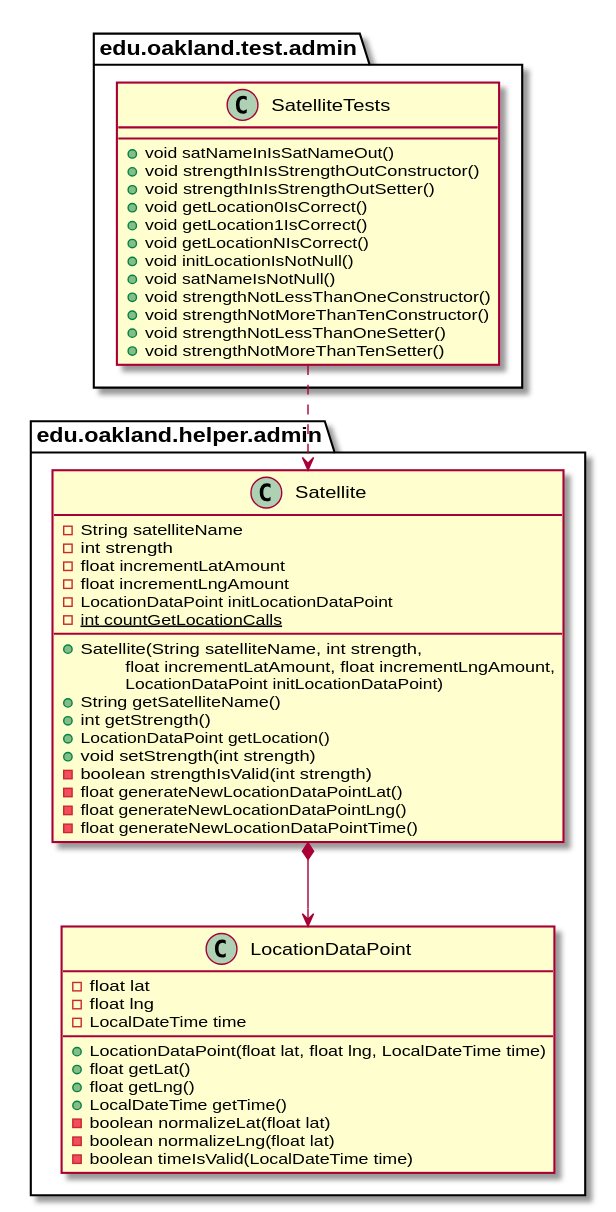
Earlier version of the PlantUML export docs/uml-class-diagrams/admin/test/SatelliteTests/SatelliteTests_Closure.svg (elilley15/csi-3370-software-project).
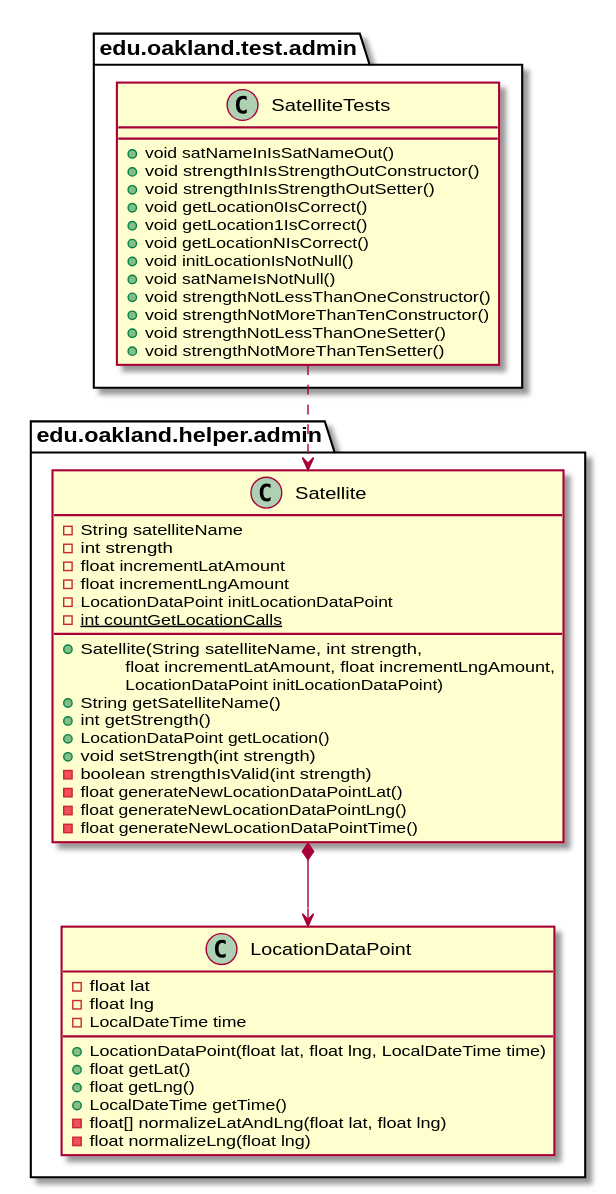
Above is the later version.

Diff of the diagram source:
```diff
@@ -56,9 +56,8 @@
         + float getLat()
         + float getLng()
         + LocalDateTime getTime()
-        - boolean normalizeLat(float lat)
-        - boolean normalizeLng(float lat)
-        - boolean timeIsValid(LocalDateTime time)
+        - float[] normalizeLatAndLng(float lat, float lng)
+        - float normalizeLng(float lng)
     }
 }
 
```
